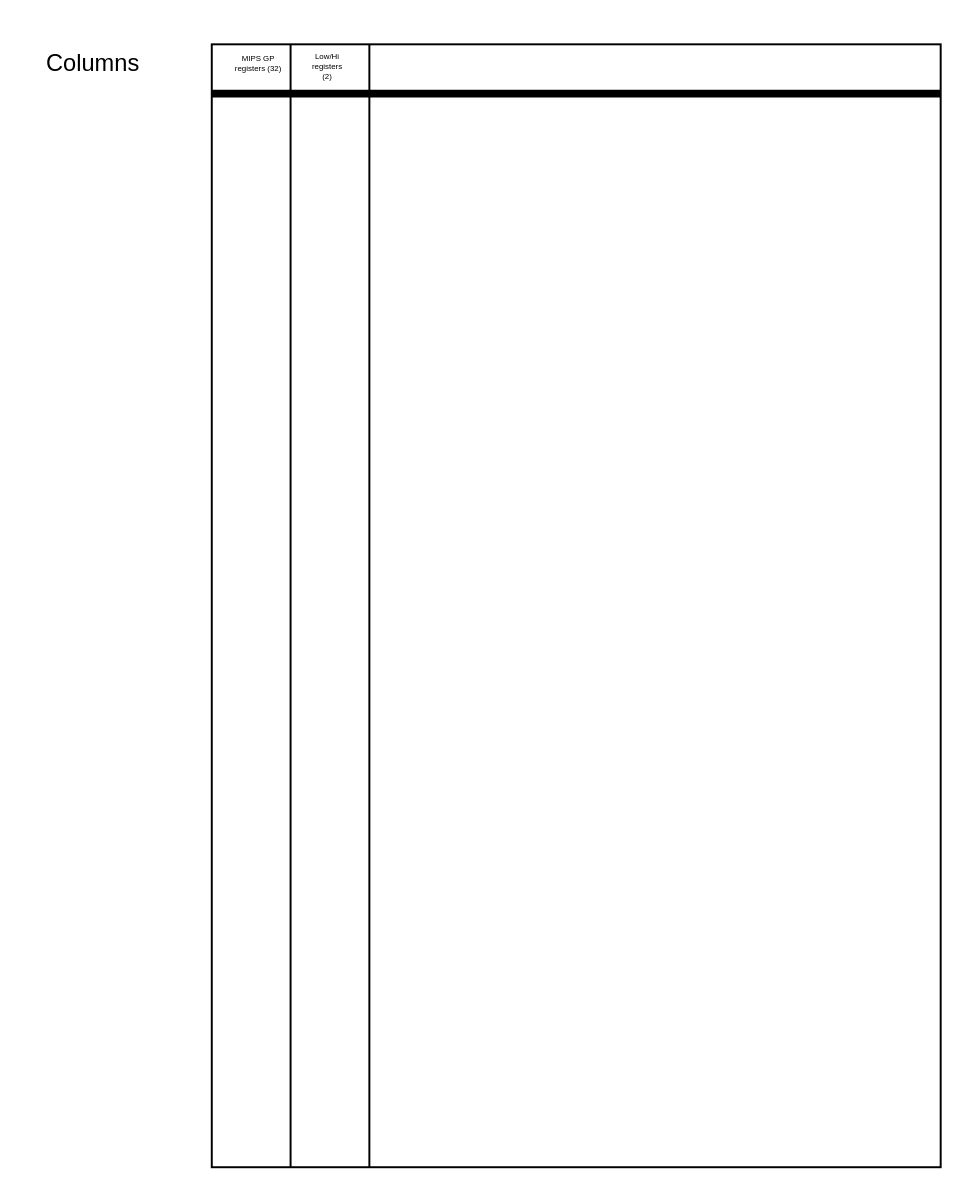
dannywillems/drawio-diagrams keeps this draw.io diagram as Untitled Diagram.drawio. Above is the earlier version. Source tidied: cells renumbered, new cells numbered last; positions are measured from the earlier drawing's top-left corner, leaving out a move shared by most shapes. Both pictures are drawn from the tidied source at 197%, with x=0, y=0 at pixel (33, 33).
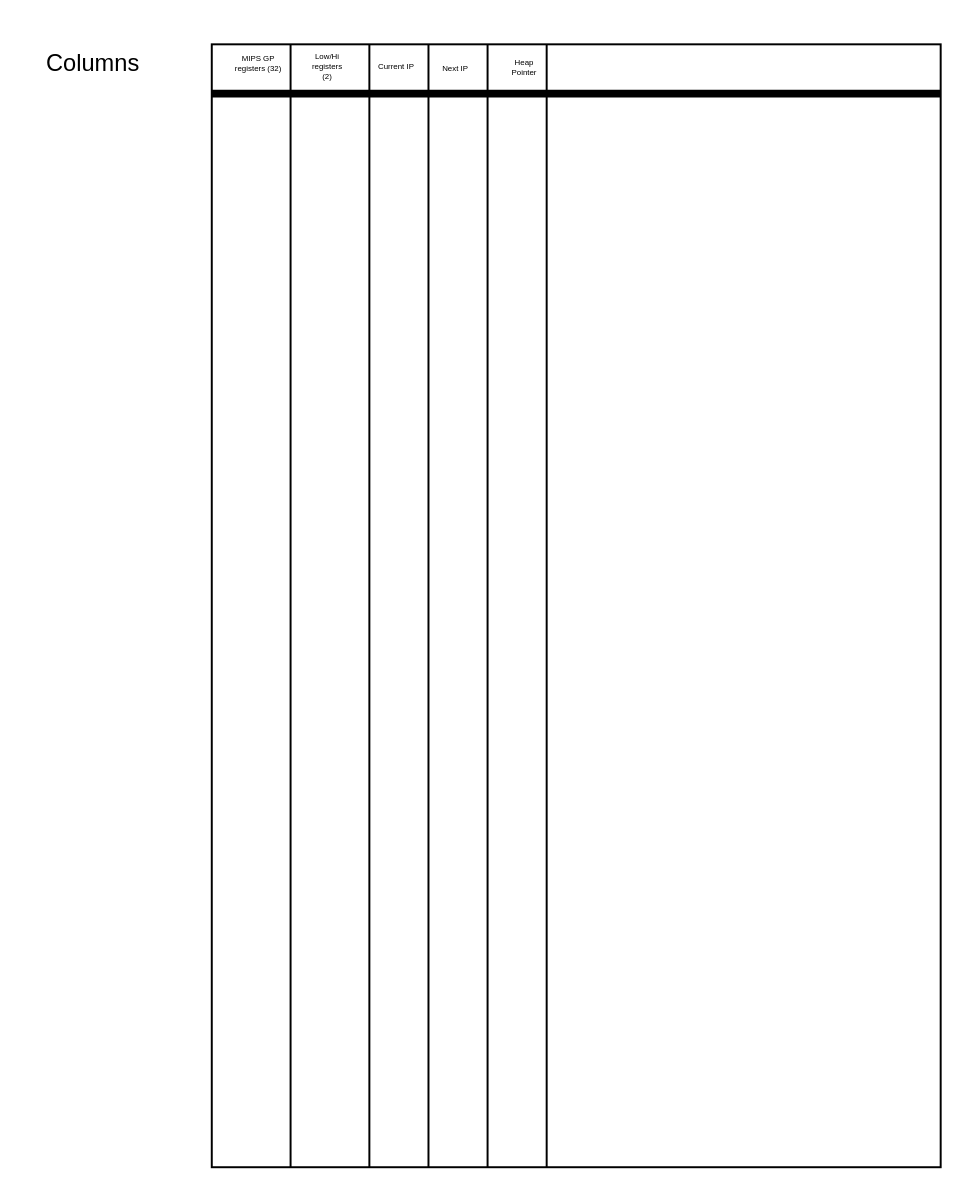
Above is the later version.

The edit, as a diff of the source:
```diff
@@
+    <mxCell id="9" value="Current IP" style="text;html=1;strokeColor=none;fillColor=none;align=center;verticalAlign=middle;whiteSpace=wrap;rounded=0;fontSize=4;" parent="1" vertex="1">
+      <mxGeometry x="170" y="12.5" width="27.7" height="8.8" as="geometry" />
+    </mxCell>
+    <mxCell id="10" value="Next IP" style="text;html=1;strokeColor=none;fillColor=none;align=center;verticalAlign=middle;whiteSpace=wrap;rounded=0;fontSize=4;" parent="1" vertex="1">
+      <mxGeometry x="200" y="15" width="27.7" height="6.3" as="geometry" />
+    </mxCell>
+    <mxCell id="11" value="&lt;div&gt;Heap Pointer&lt;/div&gt;" style="text;html=1;strokeColor=none;fillColor=none;align=center;verticalAlign=middle;whiteSpace=wrap;rounded=0;fontSize=4;" parent="1" vertex="1">
+      <mxGeometry x="240" y="12.5" width="17.7" height="8.8" as="geometry" />
+    </mxCell>
+    <mxCell id="12" style="endArrow=none;html=1;rounded=0;entryX=0.5;entryY=0;entryDx=0;entryDy=0;exitX=0.5;exitY=1;exitDx=0;exitDy=0;" parent="1" edge="1">
+      <mxGeometry relative="1" as="geometry">
+        <mxPoint x="200" y="575" as="sourcePoint" />
+        <mxPoint x="200" y="5" as="targetPoint" />
+        <Array as="points">
+          <mxPoint x="200" y="15" />
+        </Array>
+      </mxGeometry>
+    </mxCell>
+    <mxCell id="13" style="endArrow=none;html=1;rounded=0;entryX=0.5;entryY=0;entryDx=0;entryDy=0;exitX=0.5;exitY=1;exitDx=0;exitDy=0;" parent="1" edge="1">
+      <mxGeometry relative="1" as="geometry">
+        <mxPoint x="230" y="575" as="sourcePoint" />
+        <mxPoint x="230" y="5" as="targetPoint" />
+        <Array as="points">
+          <mxPoint x="230" y="15" />
+        </Array>
+      </mxGeometry>
+    </mxCell>
+    <mxCell id="14" style="endArrow=none;html=1;rounded=0;entryX=0.25;entryY=0;entryDx=0;entryDy=0;exitX=0.25;exitY=1;exitDx=0;exitDy=0;" parent="1" edge="1">
+      <mxGeometry relative="1" as="geometry">
+        <mxPoint x="260" y="575" as="sourcePoint" />
+        <mxPoint x="260" y="5" as="targetPoint" />
+      </mxGeometry>
+    </mxCell>
```
